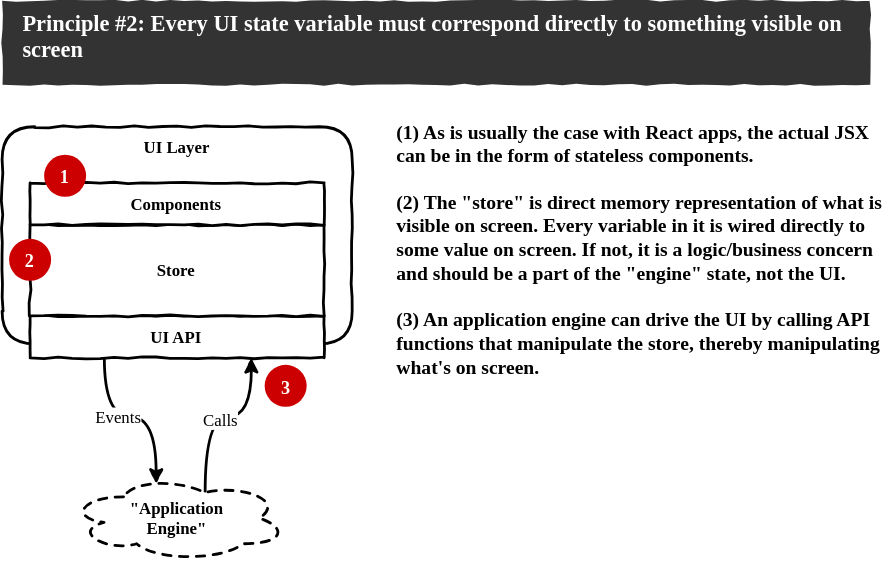
Before: Transmission-FE2.svg, a diagram exported from draw.io (hliyan/transmission). Source tidied: cells renumbered, new cells last; positions are measured from the earlier drawing's top-left corner, leaving out a move shared by most shapes.
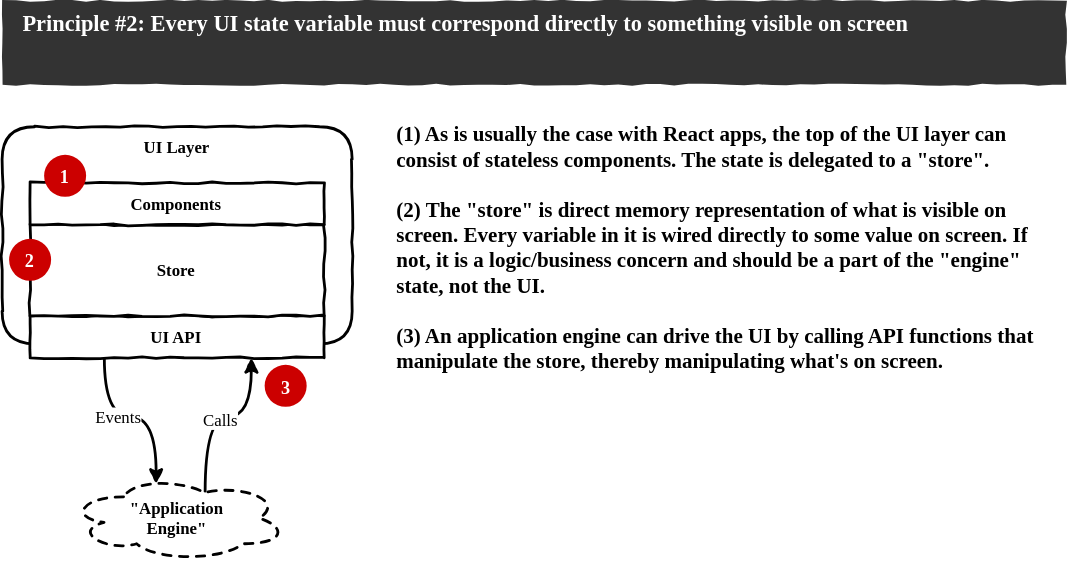
The same diagram one commit later.

Change to the diagram source:
```diff
@@ -23,14 +23,14 @@
     <mxCell id="8" value="&quot;Application &lt;br&gt;Engine&quot;" style="ellipse;shape=cloud;whiteSpace=wrap;html=1;comic=1;fontFamily=Comic Sans MS;strokeWidth=2;fontStyle=1;dashed=1;" parent="1" vertex="1">
       <mxGeometry x="48" y="339" width="155" height="61" as="geometry" />
     </mxCell>
-    <mxCell id="9" value="(1) As is usually the case with React apps, the actual JSX can be in the form of stateless components.&lt;br style=&quot;font-size: 14px&quot;&gt;&lt;br style=&quot;font-size: 14px&quot;&gt;(2) The &quot;store&quot; is direct memory representation of what is visible on screen. Every variable in it is wired directly to some value on screen. If not, it is a logic/business concern and should be a part of the &quot;engine&quot; state, not the UI.&lt;br&gt;&lt;br&gt;(3) An application engine can drive the UI by calling API functions that manipulate the store, thereby manipulating what's on screen." style="text;html=1;strokeColor=none;fillColor=none;align=left;verticalAlign=top;whiteSpace=wrap;rounded=0;comic=1;fontFamily=Comic Sans MS;fontStyle=1;fontSize=14;" parent="1" vertex="1">
-      <mxGeometry x="280" y="80" width="350" height="210" as="geometry" />
+    <mxCell id="9" value="(1) As is usually the case with React apps, the top of the UI layer can consist of stateless components. The state is delegated to a &quot;store&quot;.&lt;br style=&quot;font-size: 15px&quot;&gt;&lt;br style=&quot;font-size: 15px&quot;&gt;(2) The &quot;store&quot; is direct memory representation of what is visible on screen. Every variable in it is wired directly to some value on screen. If not, it is a logic/business concern and should be a part of the &quot;engine&quot; state, not the UI.&lt;br style=&quot;font-size: 15px&quot;&gt;&lt;br style=&quot;font-size: 15px&quot;&gt;(3) An application engine can drive the UI by calling API functions that manipulate the store, thereby manipulating what's on screen." style="text;html=1;strokeColor=none;fillColor=none;align=left;verticalAlign=top;whiteSpace=wrap;rounded=0;comic=1;fontFamily=Comic Sans MS;fontStyle=1;fontSize=15;" parent="1" vertex="1">
+      <mxGeometry x="280" y="80" width="460" height="210" as="geometry" />
     </mxCell>
     <mxCell id="10" value="3" style="ellipse;whiteSpace=wrap;html=1;comic=1;strokeWidth=2;fontFamily=Comic Sans MS;align=center;labelBackgroundColor=none;fillColor=#CC0000;fontSize=13;fontColor=#FFFFFF;strokeColor=none;fontStyle=1;" parent="1" vertex="1">
       <mxGeometry x="187.5" y="260" width="30" height="30" as="geometry" />
     </mxCell>
     <mxCell id="11" value="Principle #2: Every UI state variable must correspond directly to something visible on screen" style="text;html=1;strokeColor=none;fillColor=#333333;align=left;verticalAlign=top;whiteSpace=wrap;rounded=0;comic=1;fontFamily=Comic Sans MS;fontStyle=1;fontSize=16;fontColor=#FFFFFF;spacingTop=0;spacingLeft=13;spacingBottom=0;spacingRight=12;" parent="1" vertex="1">
-      <mxGeometry width="620" height="60" as="geometry" />
+      <mxGeometry width="760" height="60" as="geometry" />
     </mxCell>
     <mxCell id="12" value="Store" style="rounded=0;whiteSpace=wrap;html=1;comic=1;fontFamily=Comic Sans MS;strokeWidth=2;fontStyle=1;" parent="1" vertex="1">
       <mxGeometry x="20" y="160" width="210" height="65" as="geometry" />
```
